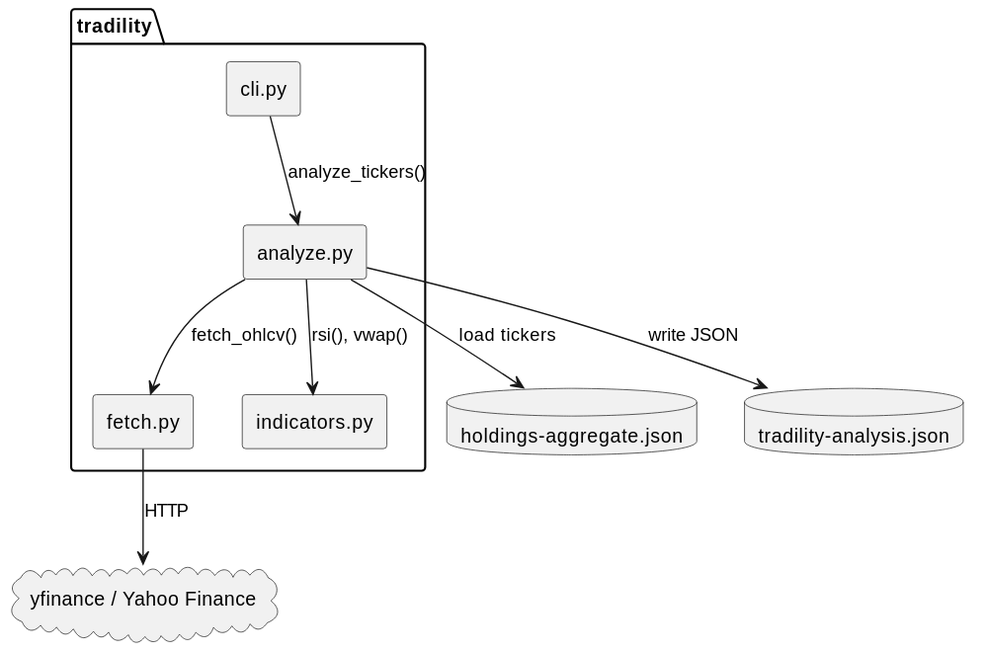
casonk/tradility keeps this PlantUML diagram as docs/diagrams/repo-architecture.puml.svg. Above is the earlier version.
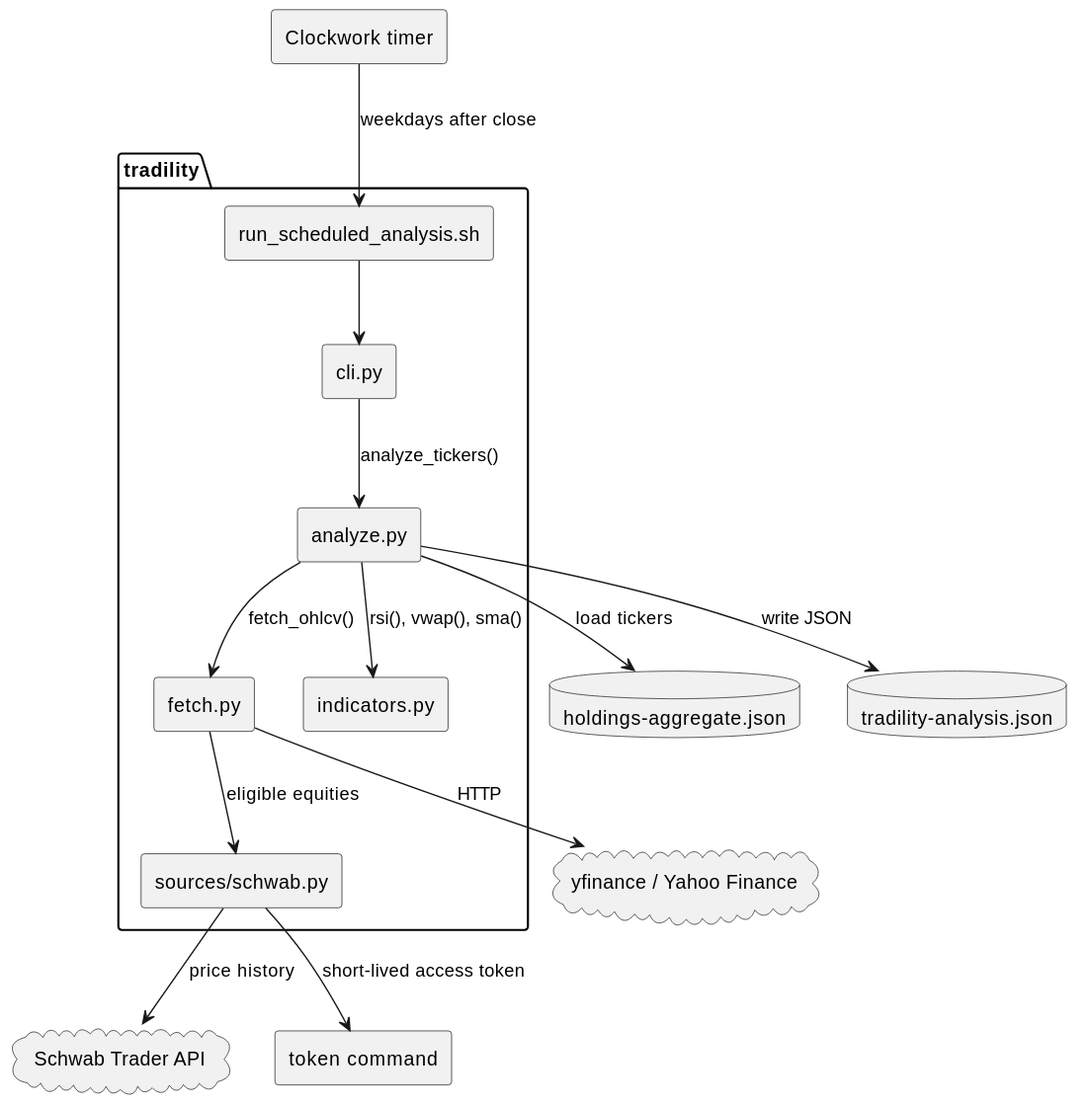
Above is the later version.

The edit, as a diff of the source:
```diff
@@ -5,17 +5,27 @@
   [cli.py] as CLI
   [analyze.py] as Analyze
   [fetch.py] as Fetch
+  [sources/schwab.py] as Schwab
   [indicators.py] as Indicators
+  [run_scheduled_analysis.sh] as Scheduled
 }
 
 database "holdings-aggregate.json" as Holdings
 database "tradility-analysis.json" as Output
 cloud "yfinance / Yahoo Finance" as YF
+cloud "Schwab Trader API" as SchwabAPI
+component "Clockwork timer" as Clockwork
+component "token command" as TokenCommand
 
 CLI --> Analyze : analyze_tickers()
 Analyze --> Holdings : load tickers
 Analyze --> Fetch : fetch_ohlcv()
 Fetch --> YF : HTTP
-Analyze --> Indicators : rsi(), vwap()
+Fetch --> Schwab : eligible equities
+Schwab --> SchwabAPI : price history
+Schwab --> TokenCommand : short-lived access token
+Analyze --> Indicators : rsi(), vwap(), sma()
 Analyze --> Output : write JSON
+Clockwork --> Scheduled : weekdays after close
+Scheduled --> CLI
 @enduml
```
